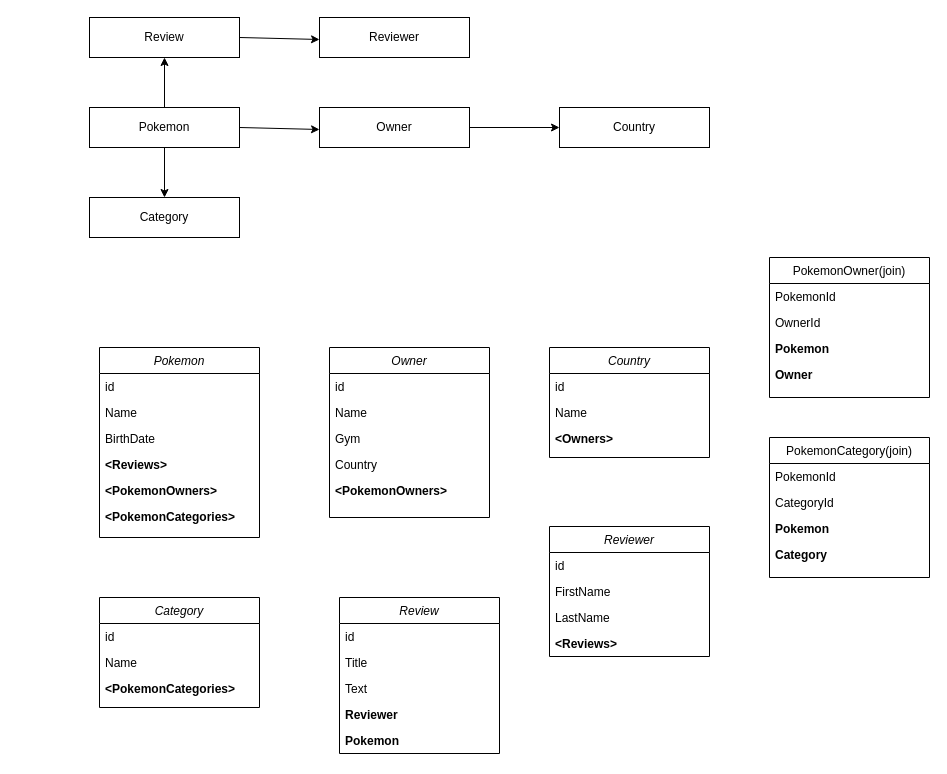
AmmadNaseem/Projects-ERD-Diagrams keeps this draw.io diagram as ASP.NETWebApi.drawio. Above is the earlier version. Source tidied: cells renumbered, new cells numbered last; positions are measured from the earlier drawing's top-left corner, leaving out a move shared by most shapes. Both pictures are drawn from the tidied source at 100%, with x=0, y=0 at pixel (89, 17).
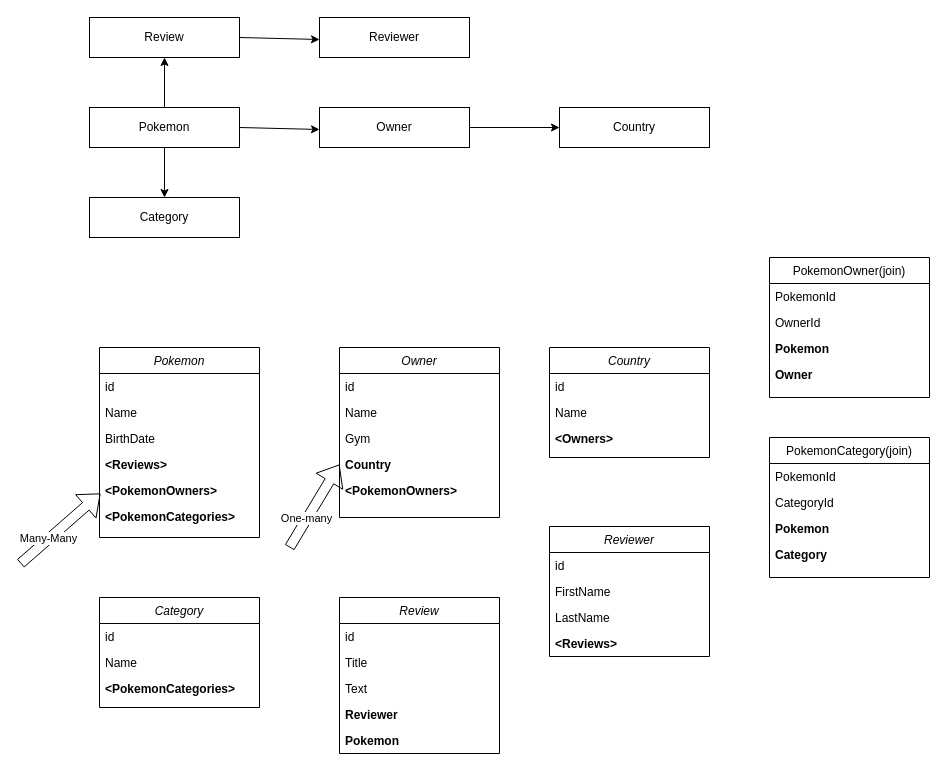
Above is the later version.

Change to the diagram source:
```diff
@@
     <mxCell id="25" value="Owner" style="swimlane;fontStyle=2;align=center;verticalAlign=top;horizontal=1;startSize=26;rounded=0;shadow=0;strokeWidth=1;" parent="1" vertex="1">
-      <mxGeometry x="240" y="330" width="160" height="170" as="geometry" />
+      <mxGeometry x="250" y="330" width="160" height="170" as="geometry" />
     </mxCell>
@@
-    <mxCell id="29" value="Country" style="text;align=left;verticalAlign=top;spacingLeft=4;spacingRight=4;overflow=hidden;points=[[0,0.5],[1,0.5]];portConstraint=eastwest;" parent="25" vertex="1">
+    <mxCell id="29" value="Country" style="text;align=left;verticalAlign=top;spacingLeft=4;spacingRight=4;overflow=hidden;points=[[0,0.5],[1,0.5]];portConstraint=eastwest;fontStyle=1;" parent="25" vertex="1">
       <mxGeometry y="104" width="160" height="26" as="geometry" />
     </mxCell>
@@
+    <mxCell id="55" style="shape=flexArrow;endArrow=classic;html=1;rounded=0;" parent="1" edge="1">
+      <mxGeometry relative="1" as="geometry">
+        <mxPoint x="-69" y="546" as="sourcePoint" />
+        <mxPoint x="11" y="476" as="targetPoint" />
+      </mxGeometry>
+    </mxCell>
+    <mxCell id="56" value="Many-Many" style="edgeLabel;html=1;align=center;verticalAlign=middle;" parent="55" vertex="1">
+      <mxGeometry x="-0.29" relative="1" as="geometry">
+        <mxPoint x="-1" as="offset" />
+      </mxGeometry>
+    </mxCell>
+    <mxCell id="57" style="shape=flexArrow;endArrow=classic;html=1;rounded=0;entryX=0;entryY=0.5;entryDx=0;entryDy=0;" parent="1" edge="1" target="29">
+      <mxGeometry relative="1" as="geometry">
+        <mxPoint x="200" y="530" as="sourcePoint" />
+      </mxGeometry>
+    </mxCell>
+    <mxCell id="58" value="One-many" style="edgeLabel;html=1;align=center;verticalAlign=middle;" parent="57" vertex="1">
+      <mxGeometry x="-0.29" relative="1" as="geometry">
+        <mxPoint x="-1" as="offset" />
+      </mxGeometry>
+    </mxCell>
```
